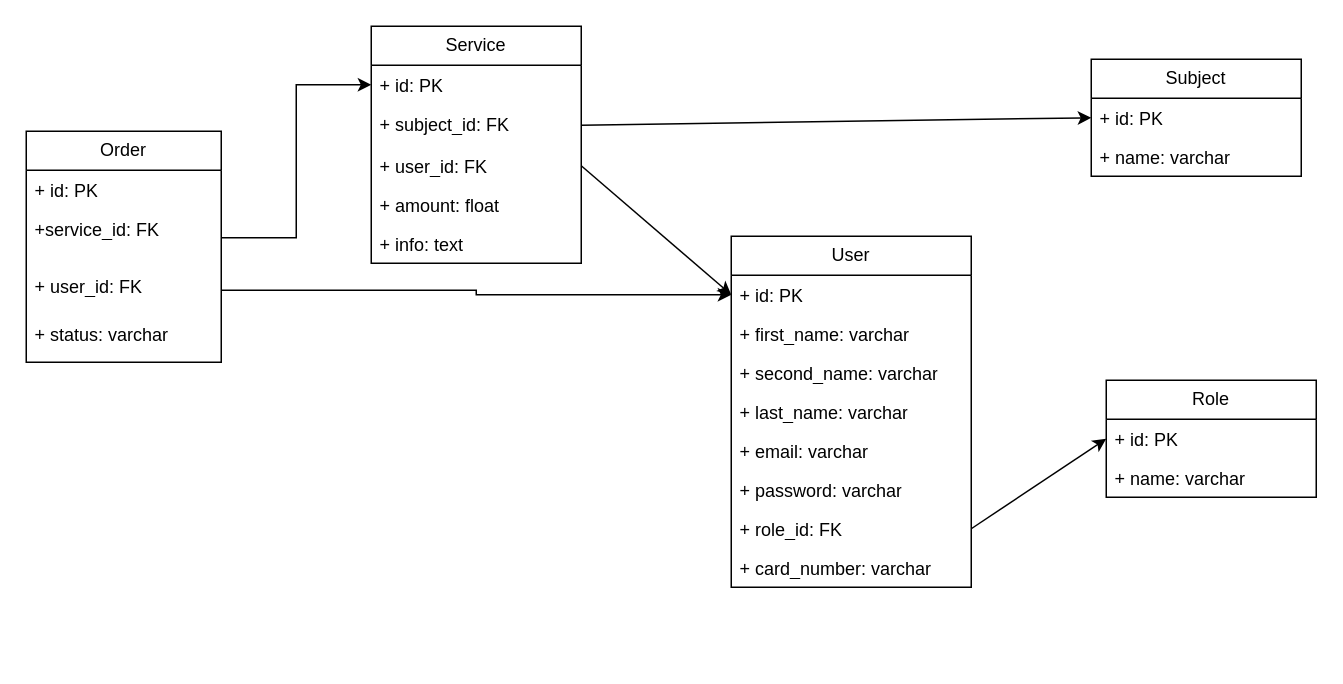
This is Схема БД сервис услуг репетиторов.drawio from raison-collab/TutorialServiceFastAPI, a draw.io file, before an edit. Source tidied: cells renumbered, new cells numbered last; positions are measured from the earlier drawing's top-left corner, leaving out a move shared by most shapes. Both pictures are drawn from the tidied source at 150%, with x=0, y=0 at pixel (26, 26).
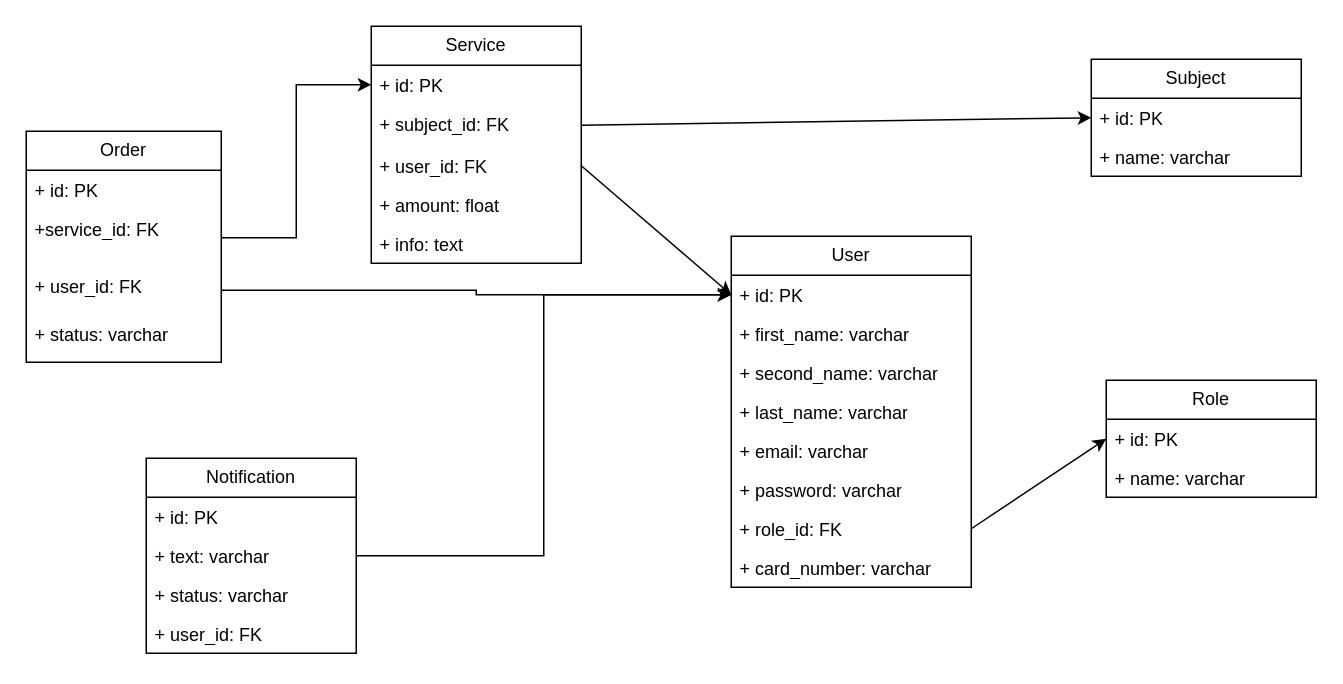
Above is the later version.

Unchanged cells that the change refers to:
```xml
<mxCell id="14" value="+ id: PK" style="text;strokeColor=none;fillColor=none;align=left;verticalAlign=top;spacingLeft=4;spacingRight=4;overflow=hidden;points=[[0,0.5],[1,0.5]];portConstraint=eastwest;whiteSpace=wrap;html=1;" parent="13" vertex="1">
  <mxGeometry y="26" width="160" height="26" as="geometry" />
</mxCell>
```

What changed in the source:
```diff
@@
+    <mxCell id="33" value="Notification" style="swimlane;fontStyle=0;horizontal=1;startSize=26;fillColor=none;whiteSpace=wrap;html=1;" parent="1" vertex="1">
+      <mxGeometry x="80" y="288" width="140" height="130" as="geometry" />
+    </mxCell>
+    <mxCell id="34" value="+ id: PK" style="text;strokeColor=none;fillColor=none;align=left;verticalAlign=top;spacingLeft=4;spacingRight=4;overflow=hidden;whiteSpace=wrap;html=1;" parent="33" vertex="1">
+      <mxGeometry y="26" width="140" height="26" as="geometry" />
+    </mxCell>
+    <mxCell id="35" value="+ text: varchar&amp;nbsp;" style="text;strokeColor=none;fillColor=none;align=left;verticalAlign=top;spacingLeft=4;spacingRight=4;overflow=hidden;points=[[0,0.5],[1,0.5]];portConstraint=eastwest;whiteSpace=wrap;html=1;" parent="33" vertex="1">
+      <mxGeometry y="52" width="140" height="26" as="geometry" />
+    </mxCell>
+    <mxCell id="36" value="+ status: varchar" style="text;strokeColor=none;fillColor=none;align=left;verticalAlign=top;spacingLeft=4;spacingRight=4;overflow=hidden;whiteSpace=wrap;html=1;" parent="33" vertex="1">
+      <mxGeometry y="78" width="140" height="26" as="geometry" />
+    </mxCell>
+    <mxCell id="37" value="+ user_id: FK" style="text;strokeColor=none;fillColor=none;align=left;verticalAlign=top;spacingLeft=4;spacingRight=4;overflow=hidden;whiteSpace=wrap;html=1;" parent="33" vertex="1">
+      <mxGeometry y="104" width="140" height="26" as="geometry" />
+    </mxCell>
+    <mxCell id="38" style="edgeStyle=orthogonalEdgeStyle;rounded=0;jettySize=auto;html=1;exitX=1;exitY=0.5;exitDx=0;exitDy=0;entryX=0;entryY=0.5;entryDx=0;entryDy=0;" parent="1" edge="1" source="35" target="14">
+      <mxGeometry relative="1" as="geometry" />
+    </mxCell>
```
